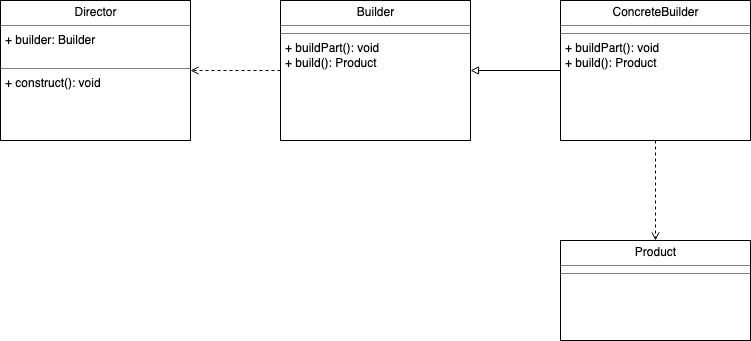
This is builder-pattern/builder-pattern.png from kan01234/design-patterns, a draw.io export, as it was before one commit. Source tidied: cells renumbered, new cells last; positions are measured from the earlier drawing's top-left corner, leaving out a move shared by most shapes.
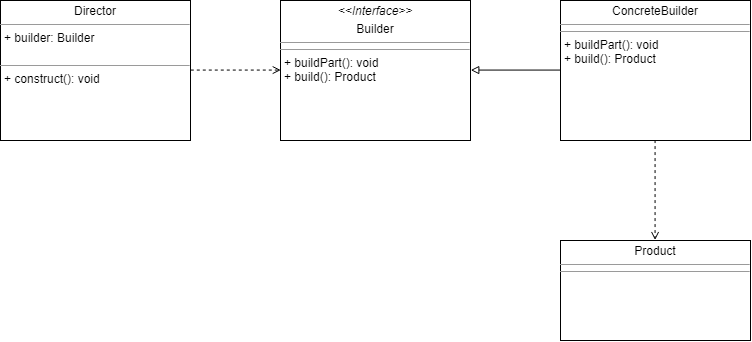
The same diagram one commit later.

Change to the diagram source:
```diff
@@ -1,26 +1,26 @@
 <mxGraphModel>
   <root>
-    <mxCell id="0" />
-    <mxCell id="1" parent="0" />
+    <mxCell id="9" />
+    <mxCell id="10" parent="9" />
+    <mxCell id="11" style="edgeStyle=orthogonalEdgeStyle;rounded=0;jettySize=auto;html=1;exitX=1;exitY=0.5;exitDx=0;exitDy=0;entryX=0;entryY=0.5;entryDx=0;entryDy=0;dashed=1;endArrow=open;endFill=0;" parent="10" edge="1" source="2" target="12">
+      <mxGeometry relative="1" as="geometry" />
+    </mxCell>
-    <mxCell id="2" value="&lt;p style=&quot;margin: 0px ; margin-top: 4px ; text-align: center&quot;&gt;Director&lt;br&gt;&lt;/p&gt;&lt;hr size=&quot;1&quot;&gt;&lt;p style=&quot;margin: 0px ; margin-left: 4px&quot;&gt;+ builder: Builder&lt;br&gt;&lt;br&gt;&lt;/p&gt;&lt;hr size=&quot;1&quot;&gt;&lt;p style=&quot;margin: 0px ; margin-left: 4px&quot;&gt;+ construct(): void&lt;br&gt;&lt;br&gt;&lt;/p&gt;" style="verticalAlign=top;align=left;overflow=fill;fontSize=12;fontFamily=Helvetica;html=1;" parent="1" vertex="1">
+    <mxCell id="2" value="&lt;p style=&quot;margin: 0px ; margin-top: 4px ; text-align: center&quot;&gt;Director&lt;br&gt;&lt;/p&gt;&lt;hr size=&quot;1&quot;&gt;&lt;p style=&quot;margin: 0px ; margin-left: 4px&quot;&gt;+ builder: Builder&lt;br&gt;&lt;br&gt;&lt;/p&gt;&lt;hr size=&quot;1&quot;&gt;&lt;p style=&quot;margin: 0px ; margin-left: 4px&quot;&gt;+ construct(): void&lt;br&gt;&lt;br&gt;&lt;/p&gt;" style="verticalAlign=top;align=left;overflow=fill;fontSize=12;fontFamily=Helvetica;html=1;" parent="10" vertex="1">
       <mxGeometry width="190" height="140" as="geometry" />
     </mxCell>
-    <mxCell id="3" style="edgeStyle=orthogonalEdgeStyle;rounded=0;jettySize=auto;html=1;exitX=0;exitY=0.5;exitDx=0;exitDy=0;entryX=1;entryY=0.5;entryDx=0;entryDy=0;endArrow=open;endFill=0;dashed=1;" parent="1" edge="1" source="4" target="2">
-      <mxGeometry relative="1" as="geometry" />
-    </mxCell>
-    <mxCell id="4" value="&lt;p style=&quot;margin: 0px ; margin-top: 4px ; text-align: center&quot;&gt;Builder&lt;br&gt;&lt;/p&gt;&lt;hr size=&quot;1&quot;&gt;&lt;hr size=&quot;1&quot;&gt;&lt;p style=&quot;margin: 0px ; margin-left: 4px&quot;&gt;+ buildPart(): void&lt;br&gt;+ build(): Product&lt;br&gt;&lt;/p&gt;" style="verticalAlign=top;align=left;overflow=fill;fontSize=12;fontFamily=Helvetica;html=1;" parent="1" vertex="1">
-      <mxGeometry x="280" width="190" height="140" as="geometry" />
-    </mxCell>
+    <mxCell id="12" value="&lt;p style=&quot;margin: 0px ; margin-top: 4px ; text-align: center&quot;&gt;&lt;i&gt;&amp;lt;&amp;lt;Interface&amp;gt;&amp;gt;&lt;/i&gt;&lt;/p&gt;&lt;p style=&quot;margin: 0px ; margin-top: 4px ; text-align: center&quot;&gt;Builder&lt;br&gt;&lt;/p&gt;&lt;hr size=&quot;1&quot;&gt;&lt;hr size=&quot;1&quot;&gt;&lt;p style=&quot;margin: 0px ; margin-left: 4px&quot;&gt;+ buildPart(): void&lt;br&gt;+ build(): Product&lt;br&gt;&lt;/p&gt;" style="verticalAlign=top;align=left;overflow=fill;fontSize=12;fontFamily=Helvetica;html=1;" parent="10" vertex="1">
+      <mxGeometry x="280" width="190" height="140" as="geometry" />
+    </mxCell>
-    <mxCell id="5" value="&lt;p style=&quot;margin: 0px ; margin-top: 4px ; text-align: center&quot;&gt;Product&lt;br&gt;&lt;/p&gt;&lt;hr size=&quot;1&quot;&gt;&lt;hr size=&quot;1&quot;&gt;&lt;p style=&quot;margin: 0px ; margin-left: 4px&quot;&gt;&lt;br&gt;&lt;/p&gt;" style="verticalAlign=top;align=left;overflow=fill;fontSize=12;fontFamily=Helvetica;html=1;" parent="1" vertex="1">
+    <mxCell id="5" value="&lt;p style=&quot;margin: 0px ; margin-top: 4px ; text-align: center&quot;&gt;Product&lt;br&gt;&lt;/p&gt;&lt;hr size=&quot;1&quot;&gt;&lt;hr size=&quot;1&quot;&gt;&lt;p style=&quot;margin: 0px ; margin-left: 4px&quot;&gt;&lt;br&gt;&lt;/p&gt;" style="verticalAlign=top;align=left;overflow=fill;fontSize=12;fontFamily=Helvetica;html=1;" parent="10" vertex="1">
       <mxGeometry x="560" y="240" width="190" height="100" as="geometry" />
     </mxCell>
-    <mxCell id="6" style="edgeStyle=orthogonalEdgeStyle;rounded=0;jettySize=auto;html=1;exitX=0;exitY=0.5;exitDx=0;exitDy=0;entryX=1;entryY=0.5;entryDx=0;entryDy=0;endArrow=block;endFill=0;" parent="1" edge="1" source="8" target="4">
-      <mxGeometry relative="1" as="geometry" />
-    </mxCell>
+    <mxCell id="13" style="edgeStyle=orthogonalEdgeStyle;rounded=0;jettySize=auto;html=1;exitX=0;exitY=0.5;exitDx=0;exitDy=0;entryX=1;entryY=0.5;entryDx=0;entryDy=0;endArrow=block;endFill=0;" parent="10" edge="1" source="8" target="12">
+      <mxGeometry relative="1" as="geometry" />
+    </mxCell>
-    <mxCell id="7" style="edgeStyle=orthogonalEdgeStyle;rounded=0;jettySize=auto;html=1;exitX=0.5;exitY=1;exitDx=0;exitDy=0;entryX=0.5;entryY=0;entryDx=0;entryDy=0;dashed=1;endArrow=open;endFill=0;" parent="1" edge="1" source="8" target="5">
+    <mxCell id="7" style="edgeStyle=orthogonalEdgeStyle;rounded=0;jettySize=auto;html=1;exitX=0.5;exitY=1;exitDx=0;exitDy=0;entryX=0.5;entryY=0;entryDx=0;entryDy=0;dashed=1;endArrow=open;endFill=0;" parent="10" edge="1" source="8" target="5">
       <mxGeometry relative="1" as="geometry" />
     </mxCell>
-    <mxCell id="8" value="&lt;p style=&quot;margin: 0px ; margin-top: 4px ; text-align: center&quot;&gt;ConcreteBuilder&lt;br&gt;&lt;/p&gt;&lt;hr size=&quot;1&quot;&gt;&lt;hr size=&quot;1&quot;&gt;&lt;p style=&quot;margin: 0px ; margin-left: 4px&quot;&gt;+ buildPart(): void&lt;br&gt;+ build(): Product&lt;/p&gt;" style="verticalAlign=top;align=left;overflow=fill;fontSize=12;fontFamily=Helvetica;html=1;" parent="1" vertex="1">
+    <mxCell id="8" value="&lt;p style=&quot;margin: 0px ; margin-top: 4px ; text-align: center&quot;&gt;ConcreteBuilder&lt;br&gt;&lt;/p&gt;&lt;hr size=&quot;1&quot;&gt;&lt;hr size=&quot;1&quot;&gt;&lt;p style=&quot;margin: 0px ; margin-left: 4px&quot;&gt;+ buildPart(): void&lt;br&gt;+ build(): Product&lt;/p&gt;" style="verticalAlign=top;align=left;overflow=fill;fontSize=12;fontFamily=Helvetica;html=1;" parent="10" vertex="1">
       <mxGeometry x="560" width="190" height="140" as="geometry" />
     </mxCell>
   </root>
```
